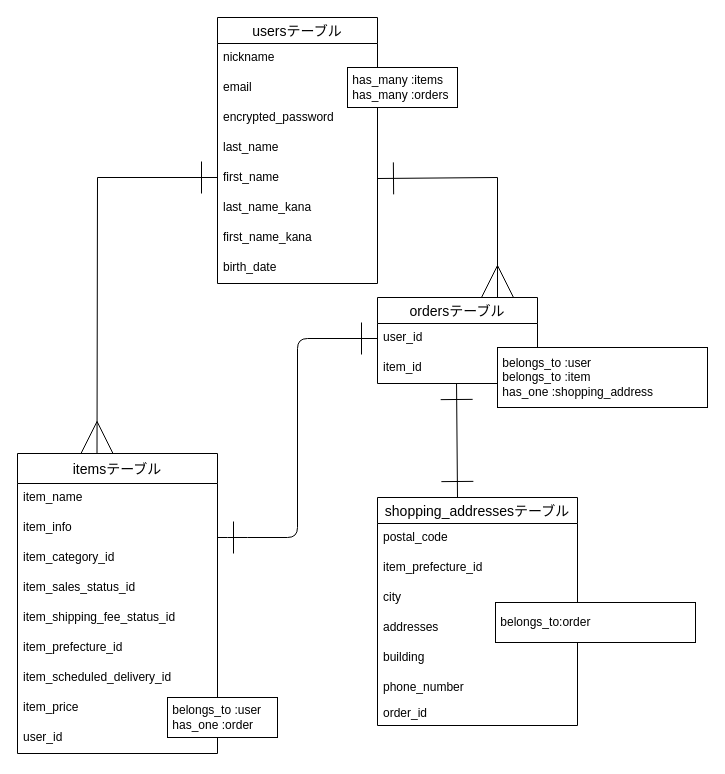
Earlier version of the draw.io diagram furima.dio (aki3100/furima-39009). Source tidied: cells renumbered, new cells numbered last; positions are measured from the earlier drawing's top-left corner, leaving out a move shared by most shapes. Both pictures are drawn from the tidied source at 100%, with x=0, y=0 at pixel (17, 17).
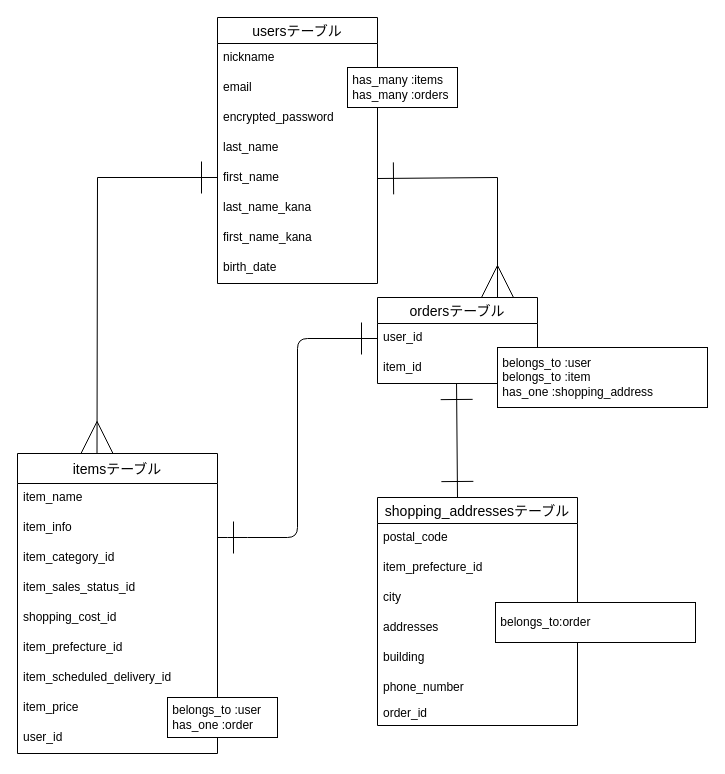
The same page after the edit.

Unchanged cells that the change refers to:
```xml
<mxCell id="2" value="itemsテーブル" style="swimlane;fontStyle=0;horizontal=1;startSize=30;align=center;fontSize=14;direction=east;" parent="1" vertex="1">
  <mxGeometry y="436" width="200" height="300" as="geometry" />
</mxCell>
```

Diff of the diagram source:
```diff
@@
-    <mxCell id="7" value="item_shipping_fee_status_id" style="text;strokeColor=none;fillColor=none;spacingLeft=4;spacingRight=4;overflow=hidden;fontSize=12;" parent="2" vertex="1">
+    <mxCell id="7" value="shopping_cost_id" style="text;strokeColor=none;fillColor=none;spacingLeft=4;spacingRight=4;overflow=hidden;fontSize=12;" parent="2" vertex="1">
       <mxGeometry y="150" width="200" height="30" as="geometry" />
     </mxCell>
```
